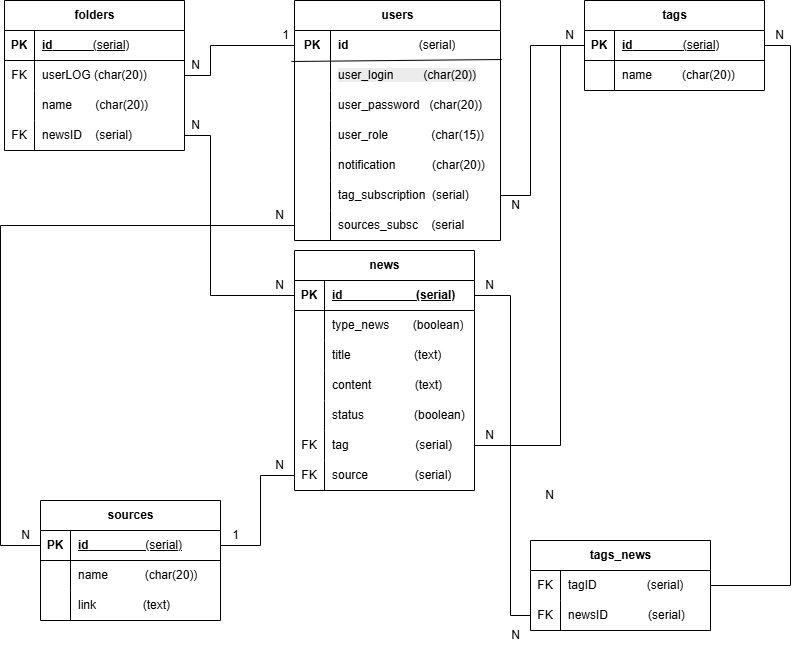
The draw.io diagram графический материал/Datalogic.png in ApsilonXi/Hakaton2025Spring, before a commit. Source tidied: cells renumbered, new cells last; positions are measured from the earlier drawing's top-left corner, leaving out a move shared by most shapes.
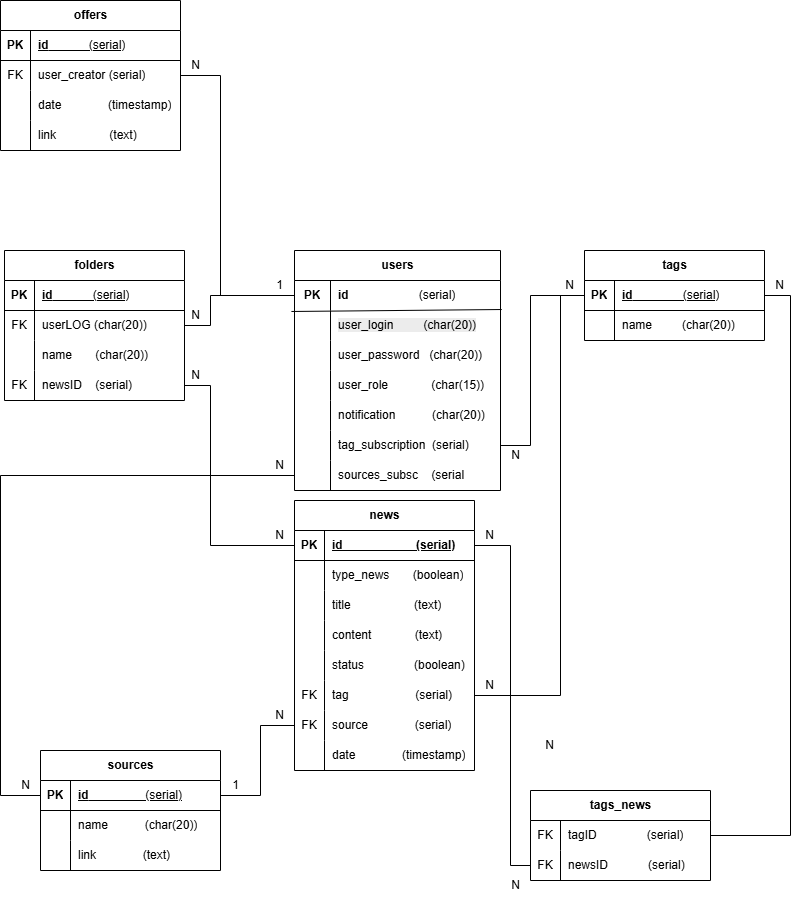
The same diagram one commit later.

Diff of the diagram source:
```diff
@@ -132,7 +132,7 @@
       <mxGeometry x="30" width="150" height="30" as="geometry" />
     </mxCell>
     <mxCell id="45" value="news" style="shape=table;startSize=30;rowLines=0;fontStyle=1;align=center;html=1;" parent="1" vertex="1">
-      <mxGeometry x="294" y="250" width="180" height="240" as="geometry" />
+      <mxGeometry x="294" y="250" width="180" height="270" as="geometry" />
     </mxCell>
     <mxCell id="46" style="shape=tableRow;horizontal=0;startSize=0;swimlaneHead=0;swimlaneBody=0;fillColor=none;points=[[0,0.5],[1,0.5]];portConstraint=eastwest;top=0;left=0;right=0;bottom=1;" parent="45" vertex="1">
       <mxGeometry y="30" width="180" height="30" as="geometry" />
@@ -197,6 +197,15 @@
     <mxCell id="66" value="source&amp;nbsp; &amp;nbsp; &amp;nbsp; &amp;nbsp; &amp;nbsp; &amp;nbsp; &amp;nbsp; (serial)" style="shape=partialRectangle;fillColor=none;top=0;left=0;bottom=0;right=0;align=left;spacingLeft=6;overflow=hidden;whiteSpace=wrap;html=1;" parent="64" vertex="1">
       <mxGeometry x="30" width="150" height="30" as="geometry" />
     </mxCell>
+    <mxCell id="107" style="shape=tableRow;horizontal=0;startSize=0;swimlaneHead=0;swimlaneBody=0;fillColor=none;top=0;left=0;right=0;bottom=0;" parent="45" vertex="1">
+      <mxGeometry y="240" width="180" height="30" as="geometry" />
+    </mxCell>
+    <mxCell id="108" style="shape=partialRectangle;fillColor=none;top=0;left=0;bottom=0;right=0;overflow=hidden;whiteSpace=wrap;html=1;" parent="107" vertex="1">
+      <mxGeometry width="30" height="30" as="geometry" />
+    </mxCell>
+    <mxCell id="109" value="date&amp;nbsp; &amp;nbsp; &amp;nbsp; &amp;nbsp; &amp;nbsp; &amp;nbsp; &amp;nbsp; (timestamp)" style="shape=partialRectangle;fillColor=none;top=0;left=0;bottom=0;right=0;align=left;spacingLeft=6;overflow=hidden;whiteSpace=wrap;html=1;" parent="107" vertex="1">
+      <mxGeometry x="30" width="150" height="30" as="geometry" />
+    </mxCell>
     <mxCell id="67" value="sources" style="shape=table;startSize=30;rowLines=0;fontStyle=1;align=center;html=1;" parent="1" vertex="1">
       <mxGeometry x="40" y="500" width="180" height="120" as="geometry" />
     </mxCell>
@@ -254,7 +263,7 @@
       <mxGeometry x="180" y="110" width="30" height="30" as="geometry" />
     </mxCell>
     <mxCell id="82" value="1" style="text;html=1;align=center;verticalAlign=middle;strokeColor=none;fillColor=none;" parent="1" vertex="1">
-      <mxGeometry x="270" y="20" width="30" height="30" as="geometry" />
+      <mxGeometry x="264" y="20" width="30" height="30" as="geometry" />
     </mxCell>
     <mxCell id="83" style="endArrow=none;html=1;rounded=0;entryX=0;entryY=0.5;entryDx=0;entryDy=0;exitX=1;exitY=0.5;exitDx=0;exitDy=0;" parent="1" edge="1" source="61" target="39">
       <mxGeometry relative="1" as="geometry">
@@ -358,5 +367,55 @@
     <mxCell id="106" value="N" style="text;html=1;align=center;verticalAlign=middle;strokeColor=none;fillColor=none;" parent="1" vertex="1">
       <mxGeometry x="10" y="520" width="30" height="30" as="geometry" />
     </mxCell>
+    <mxCell id="110" value="offers" style="shape=table;startSize=30;rowLines=0;fontStyle=1;align=center;html=1;" parent="1" vertex="1">
+      <mxGeometry y="-250" width="180" height="150" as="geometry" />
+    </mxCell>
+    <mxCell id="111" style="shape=tableRow;horizontal=0;startSize=0;swimlaneHead=0;swimlaneBody=0;fillColor=none;top=0;left=0;right=0;bottom=1;" parent="110" vertex="1">
+      <mxGeometry y="30" width="180" height="30" as="geometry" />
+    </mxCell>
+    <mxCell id="112" value="PK" style="shape=partialRectangle;fillColor=none;top=0;left=0;bottom=0;right=0;fontStyle=1;overflow=hidden;whiteSpace=wrap;html=1;" parent="111" vertex="1">
+      <mxGeometry width="30" height="30" as="geometry" />
+    </mxCell>
+    <mxCell id="113" value="id&lt;span style=&quot;font-weight: normal;&quot;&gt;&amp;nbsp; &amp;nbsp; &amp;nbsp; &amp;nbsp; &amp;nbsp; &amp;nbsp; (serial)&lt;/span&gt;" style="shape=partialRectangle;fillColor=none;top=0;left=0;bottom=0;right=0;align=left;spacingLeft=6;fontStyle=5;overflow=hidden;whiteSpace=wrap;html=1;" parent="111" vertex="1">
+      <mxGeometry x="30" width="150" height="30" as="geometry" />
+    </mxCell>
+    <mxCell id="114" style="shape=tableRow;horizontal=0;startSize=0;swimlaneHead=0;swimlaneBody=0;fillColor=none;points=[[0,0.5],[1,0.5]];portConstraint=eastwest;top=0;left=0;right=0;bottom=0;" parent="110" vertex="1">
+      <mxGeometry y="60" width="180" height="30" as="geometry" />
+    </mxCell>
+    <mxCell id="115" value="FK" style="shape=partialRectangle;fillColor=none;top=0;left=0;bottom=0;right=0;overflow=hidden;whiteSpace=wrap;html=1;" parent="114" vertex="1">
+      <mxGeometry width="30" height="30" as="geometry" />
+    </mxCell>
+    <mxCell id="116" value="user_creator (serial)" style="shape=partialRectangle;fillColor=none;top=0;left=0;bottom=0;right=0;align=left;spacingLeft=6;overflow=hidden;whiteSpace=wrap;html=1;" parent="114" vertex="1">
+      <mxGeometry x="30" width="150" height="30" as="geometry" />
+    </mxCell>
+    <mxCell id="117" style="shape=tableRow;horizontal=0;startSize=0;swimlaneHead=0;swimlaneBody=0;fillColor=none;top=0;left=0;right=0;bottom=0;" parent="110" vertex="1">
+      <mxGeometry y="90" width="180" height="30" as="geometry" />
+    </mxCell>
+    <mxCell id="118" style="shape=partialRectangle;fillColor=none;top=0;left=0;bottom=0;right=0;overflow=hidden;whiteSpace=wrap;html=1;" parent="117" vertex="1">
+      <mxGeometry width="30" height="30" as="geometry" />
+    </mxCell>
+    <mxCell id="119" value="date&amp;nbsp; &amp;nbsp; &amp;nbsp; &amp;nbsp; &amp;nbsp; &amp;nbsp; &amp;nbsp; (timestamp)" style="shape=partialRectangle;fillColor=none;top=0;left=0;bottom=0;right=0;align=left;spacingLeft=6;overflow=hidden;whiteSpace=wrap;html=1;" parent="117" vertex="1">
+      <mxGeometry x="30" width="150" height="30" as="geometry" />
+    </mxCell>
+    <mxCell id="120" style="shape=tableRow;horizontal=0;startSize=0;swimlaneHead=0;swimlaneBody=0;fillColor=none;top=0;left=0;right=0;bottom=0;" parent="110" vertex="1">
+      <mxGeometry y="120" width="180" height="30" as="geometry" />
+    </mxCell>
+    <mxCell id="121" style="shape=partialRectangle;fillColor=none;top=0;left=0;bottom=0;right=0;overflow=hidden;whiteSpace=wrap;html=1;" parent="120" vertex="1">
+      <mxGeometry width="30" height="30" as="geometry" />
+    </mxCell>
+    <mxCell id="122" value="link&amp;nbsp; &amp;nbsp; &amp;nbsp; &amp;nbsp; &amp;nbsp; &amp;nbsp; &amp;nbsp; &amp;nbsp; (text)" style="shape=partialRectangle;fillColor=none;top=0;left=0;bottom=0;right=0;align=left;spacingLeft=6;overflow=hidden;whiteSpace=wrap;html=1;" parent="120" vertex="1">
+      <mxGeometry x="30" width="150" height="30" as="geometry" />
+    </mxCell>
+    <mxCell id="123" style="endArrow=none;html=1;rounded=0;exitX=1;exitY=0.5;exitDx=0;exitDy=0;entryX=0;entryY=0.5;entryDx=0;entryDy=0;" parent="1" edge="1" source="114" target="16">
+      <mxGeometry relative="1" as="geometry">
+        <Array as="points">
+          <mxPoint x="220" y="-175" />
+          <mxPoint x="220" y="45" />
+        </Array>
+      </mxGeometry>
+    </mxCell>
+    <mxCell id="124" value="N" style="text;html=1;align=center;verticalAlign=middle;strokeColor=none;fillColor=none;" parent="1" vertex="1">
+      <mxGeometry x="180" y="-200" width="30" height="30" as="geometry" />
+    </mxCell>
   </root>
 </mxGraphModel>
```
